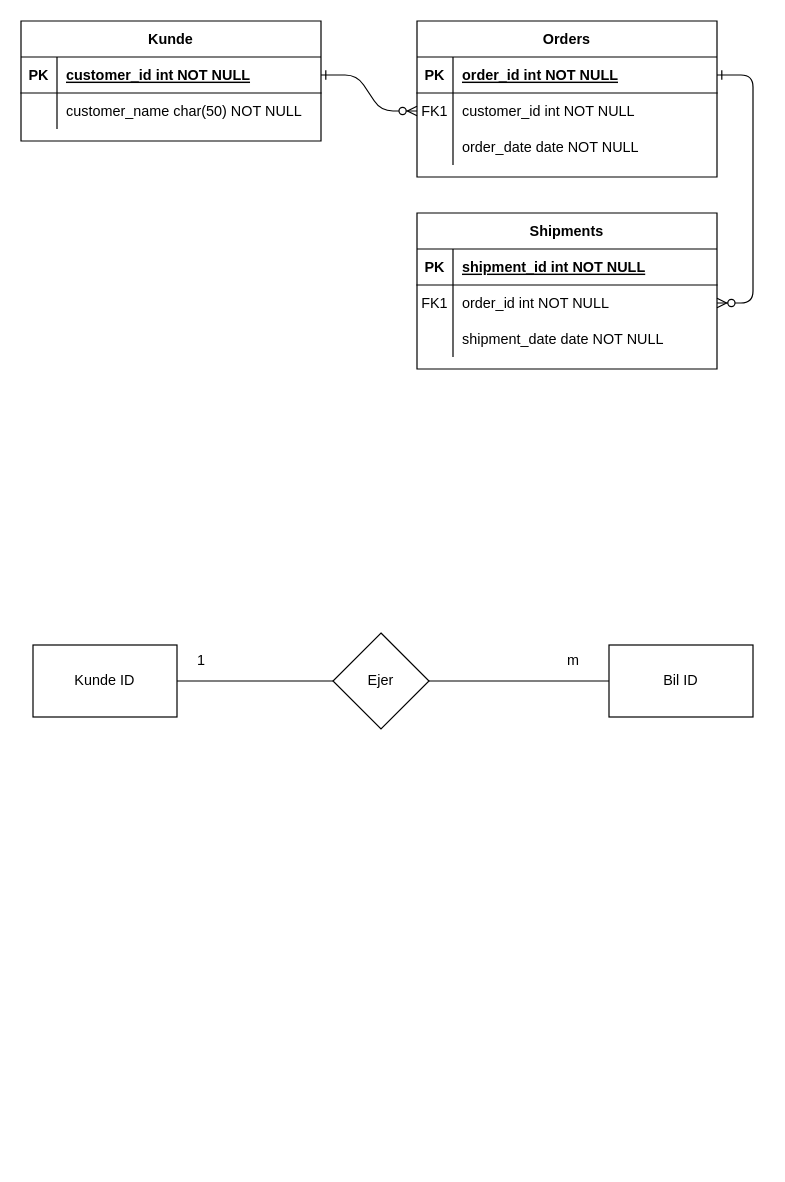
rune2291/informatik keeps this draw.io diagram as ER.drawio. Above is the earlier version. Source tidied: cells renumbered, new cells numbered last; positions are measured from the earlier drawing's top-left corner, leaving out a move shared by most shapes. Both pictures are drawn from the tidied source at 120%, with x=0, y=0 at pixel (20, 20).
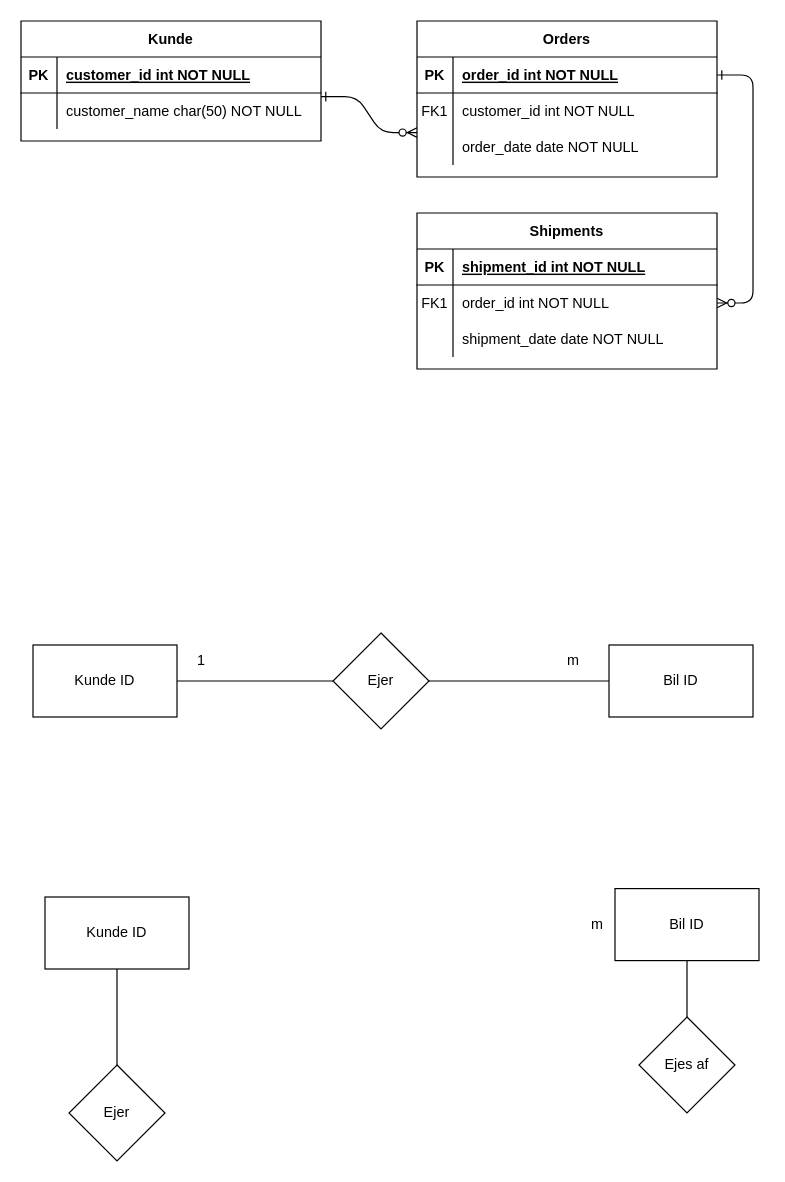
After the change.

The change refers to these unchanged cells:
```xml
<mxCell id="8" style="shape=partialRectangle;fillColor=none;points=[[0,0.5],[1,0.5]];portConstraint=eastwest;top=0;left=0;right=0;bottom=0;" parent="4" vertex="1">
  <mxGeometry y="60" width="250" height="30" as="geometry" />
</mxCell>
<mxCell id="25" style="shape=partialRectangle;fillColor=none;points=[[0,0.5],[1,0.5]];portConstraint=eastwest;top=0;left=0;right=0;bottom=1;" parent="24" vertex="1">
  <mxGeometry y="30" width="250" height="30" as="geometry" />
</mxCell>
```

Change to the diagram source:
```diff
@@
-    <mxCell id="2" style="edgeStyle=entityRelationEdgeStyle;endArrow=ERzeroToMany;startArrow=ERone;endFill=1;startFill=0;" parent="1" edge="1" source="25" target="8">
-      <mxGeometry relative="1" as="geometry" />
+    <mxCell id="2" style="edgeStyle=entityRelationEdgeStyle;endArrow=ERzeroToMany;startArrow=ERone;endFill=1;startFill=0;" parent="1" edge="1">
+      <mxGeometry relative="1" as="geometry">
+        <mxPoint x="250" y="63" as="sourcePoint" />
+        <mxPoint x="330" y="93" as="targetPoint" />
+      </mxGeometry>
     </mxCell>
@@
+    <mxCell id="38" value="Ejer" style="rhombus;whiteSpace=wrap;html=1;" parent="1" vertex="1">
+      <mxGeometry x="40" y="870" width="80" height="80" as="geometry" />
+    </mxCell>
+    <mxCell id="39" style="edgeStyle=orthogonalEdgeStyle;rounded=0;jettySize=auto;html=1;entryX=0.5;entryY=0;entryDx=0;entryDy=0;endArrow=none;endFill=0;" parent="1" edge="1" source="40" target="38">
+      <mxGeometry relative="1" as="geometry" />
+    </mxCell>
+    <mxCell id="40" value="Kunde ID" style="rounded=0;whiteSpace=wrap;html=1;" parent="1" vertex="1">
+      <mxGeometry x="20" y="730" width="120" height="60" as="geometry" />
+    </mxCell>
+    <mxCell id="41" value="Bil ID" style="rounded=0;whiteSpace=wrap;html=1;" parent="1" vertex="1">
+      <mxGeometry x="495" y="723" width="120" height="60" as="geometry" />
+    </mxCell>
+    <mxCell id="42" value="m" style="text;html=1;align=center;verticalAlign=middle;strokeColor=none;fillColor=none;" parent="1" vertex="1">
+      <mxGeometry x="465" y="738" width="30" height="30" as="geometry" />
+    </mxCell>
+    <mxCell id="43" value="Ejes af" style="rhombus;whiteSpace=wrap;html=1;" parent="1" vertex="1">
+      <mxGeometry x="515" y="830" width="80" height="80" as="geometry" />
+    </mxCell>
+    <mxCell id="44" style="endArrow=none;html=1;rounded=0;entryX=0.5;entryY=1;entryDx=0;entryDy=0;exitX=0.5;exitY=0;exitDx=0;exitDy=0;" parent="1" edge="1" source="43" target="41">
+      <mxGeometry relative="1" as="geometry" />
+    </mxCell>
```
